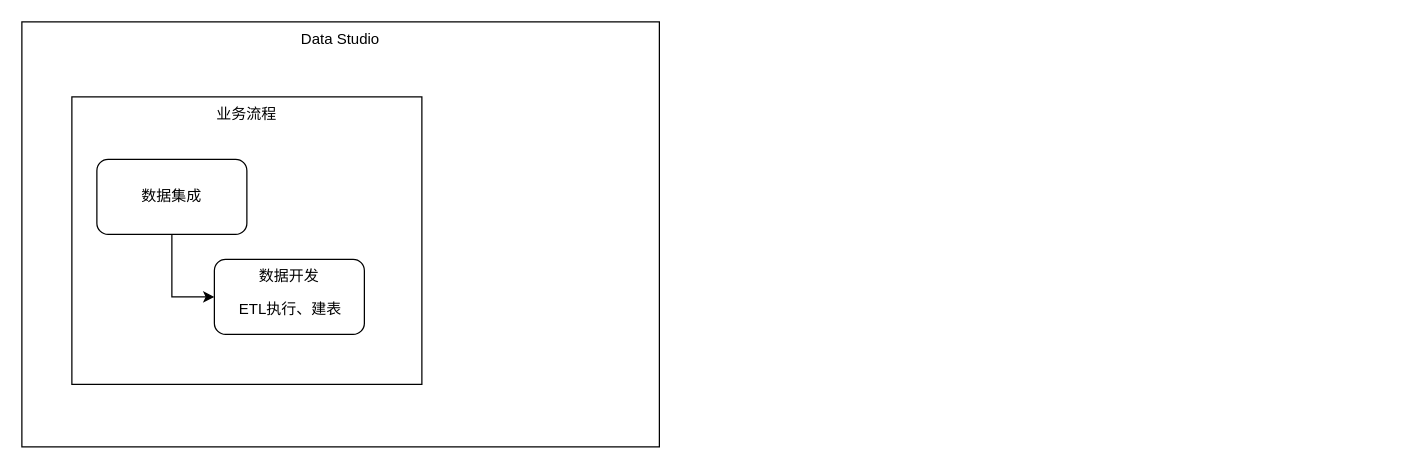
Earlier version of the draw.io diagram dataworks_workflow.drawio (brendonlin/myflowchart). Source tidied: cells renumbered, new cells numbered last; positions are measured from the earlier drawing's top-left corner, leaving out a move shared by most shapes. Both pictures are drawn from the tidied source at 125%, with x=0, y=0 at pixel (21, 21).
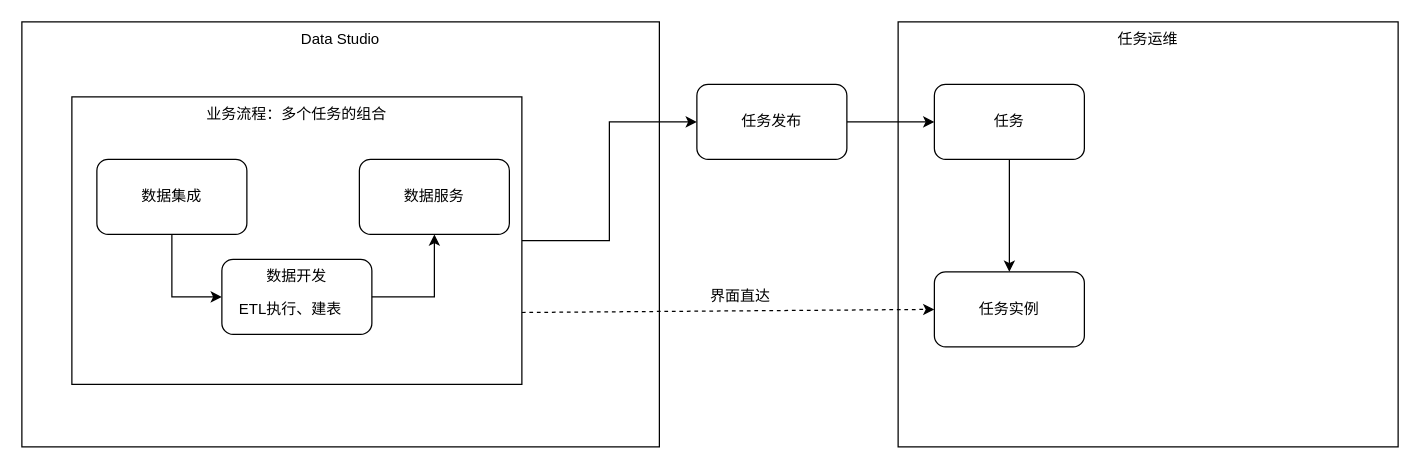
The same diagram, later.

The change refers to these unchanged cells:
```xml
<mxCell id="7" value="ETL执行、建表" style="text;html=1;strokeColor=none;fillColor=none;align=center;verticalAlign=middle;whiteSpace=wrap;rounded=0;" parent="1" vertex="1">
  <mxGeometry x="160" y="220" width="110" height="20" as="geometry" />
</mxCell>
```

Change to the diagram source:
```diff
@@
+    <mxCell id="8" value="任务运维" style="rounded=0;whiteSpace=wrap;html=1;align=center;verticalAlign=top;" parent="1" vertex="1">
+      <mxGeometry x="701" width="400" height="340" as="geometry" />
+    </mxCell>
@@
+    <mxCell id="9" style="edgeStyle=orthogonalEdgeStyle;rounded=0;jettySize=auto;html=1;entryX=0;entryY=0.5;entryDx=0;entryDy=0;" parent="1" edge="1" source="3" target="13">
+      <mxGeometry relative="1" as="geometry" />
+    </mxCell>
-    <mxCell id="3" value="业务流程" style="rounded=0;whiteSpace=wrap;html=1;align=center;verticalAlign=top;" parent="1" vertex="1">
-      <mxGeometry x="40" y="60" width="280" height="230" as="geometry" />
+    <mxCell id="3" value="业务流程：多个任务的组合" style="rounded=0;whiteSpace=wrap;html=1;align=center;verticalAlign=top;" parent="1" vertex="1">
+      <mxGeometry x="40" y="60" width="360" height="230" as="geometry" />
     </mxCell>
@@
+    <mxCell id="10" style="edgeStyle=orthogonalEdgeStyle;rounded=0;jettySize=auto;html=1;exitX=1;exitY=0;exitDx=0;exitDy=0;exitPerimeter=0;" parent="1" edge="1" source="7" target="11">
+      <mxGeometry relative="1" as="geometry">
+        <Array as="points">
+          <mxPoint x="330" y="220" />
+        </Array>
+      </mxGeometry>
+    </mxCell>
     <mxCell id="6" value="数据开发" style="rounded=1;whiteSpace=wrap;html=1;align=center;verticalAlign=top;" parent="1" vertex="1">
-      <mxGeometry x="154" y="190" width="120" height="60" as="geometry" />
+      <mxGeometry x="160" y="190" width="120" height="60" as="geometry" />
     </mxCell>
@@
+    <mxCell id="11" value="数据服务" style="rounded=1;whiteSpace=wrap;html=1;align=center;" parent="1" vertex="1">
+      <mxGeometry x="270" y="110" width="120" height="60" as="geometry" />
+    </mxCell>
+    <mxCell id="12" style="edgeStyle=orthogonalEdgeStyle;rounded=0;jettySize=auto;html=1;" parent="1" edge="1" source="13" target="15">
+      <mxGeometry relative="1" as="geometry" />
+    </mxCell>
+    <mxCell id="13" value="任务发布" style="rounded=1;whiteSpace=wrap;html=1;align=center;" parent="1" vertex="1">
+      <mxGeometry x="540" y="50" width="120" height="60" as="geometry" />
+    </mxCell>
+    <mxCell id="14" style="edgeStyle=orthogonalEdgeStyle;rounded=0;jettySize=auto;html=1;" parent="1" edge="1" source="15" target="16">
+      <mxGeometry relative="1" as="geometry" />
+    </mxCell>
+    <mxCell id="15" value="任务" style="rounded=1;whiteSpace=wrap;html=1;align=center;" parent="1" vertex="1">
+      <mxGeometry x="730" y="50" width="120" height="60" as="geometry" />
+    </mxCell>
+    <mxCell id="16" value="任务实例" style="rounded=1;whiteSpace=wrap;html=1;align=center;" parent="1" vertex="1">
+      <mxGeometry x="730" y="200" width="120" height="60" as="geometry" />
+    </mxCell>
+    <mxCell id="17" style="endArrow=classic;dashed=1;html=1;entryX=0;entryY=0.5;entryDx=0;entryDy=0;exitX=1;exitY=0.75;exitDx=0;exitDy=0;startArrow=none;startFill=0;endFill=1;" parent="1" edge="1" source="3" target="16">
+      <mxGeometry relative="1" as="geometry" />
+    </mxCell>
+    <mxCell id="18" value="界面直达" style="text;html=1;strokeColor=none;fillColor=none;align=center;verticalAlign=middle;whiteSpace=wrap;rounded=0;" parent="1" vertex="1">
+      <mxGeometry x="540" y="210" width="70" height="20" as="geometry" />
+    </mxCell>
```
